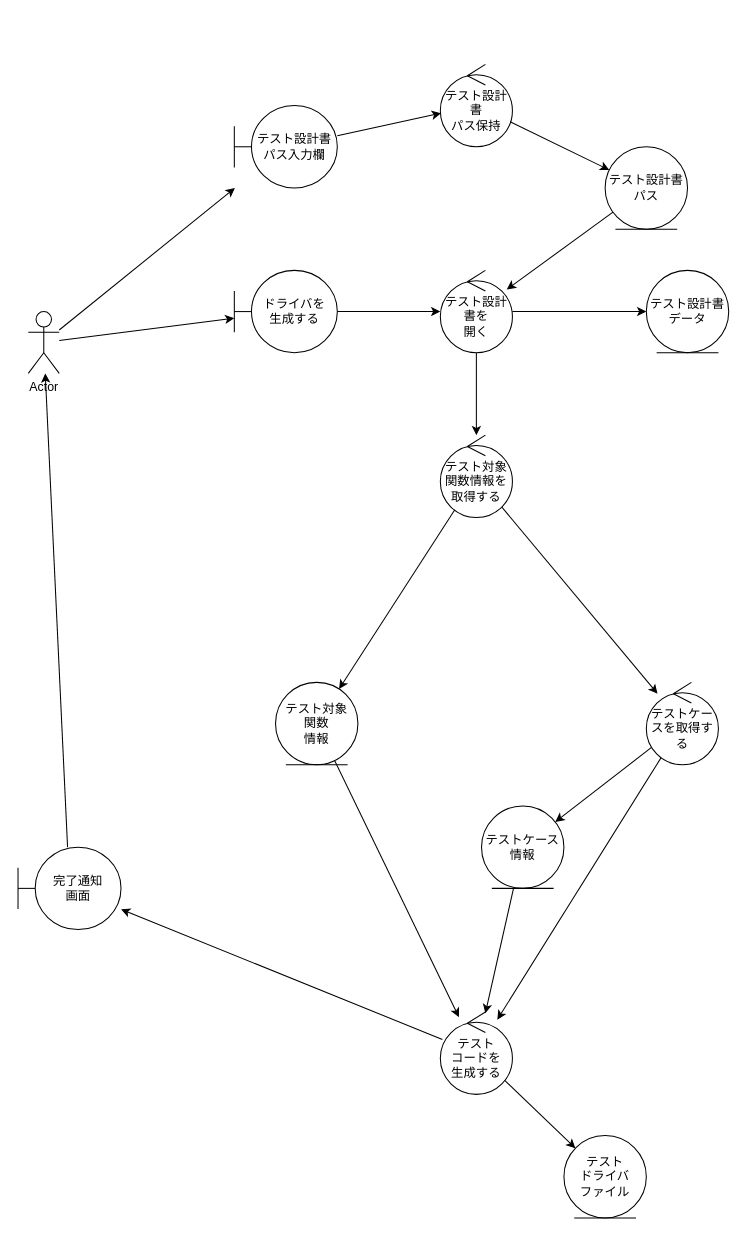
This is page "Robustness_003" (4 of 9) of AutoTestPrep/doc/design/AutoTestPrep.drawio from CountrySideEngineer/TestSupportTools, a draw.io file, before an edit. Source tidied: cells renumbered, new cells numbered last; positions are measured from the earlier drawing's top-left corner, leaving out a move shared by most shapes. Both pictures are drawn from the tidied source at 103%, with x=0, y=0 at pixel (18, 64).
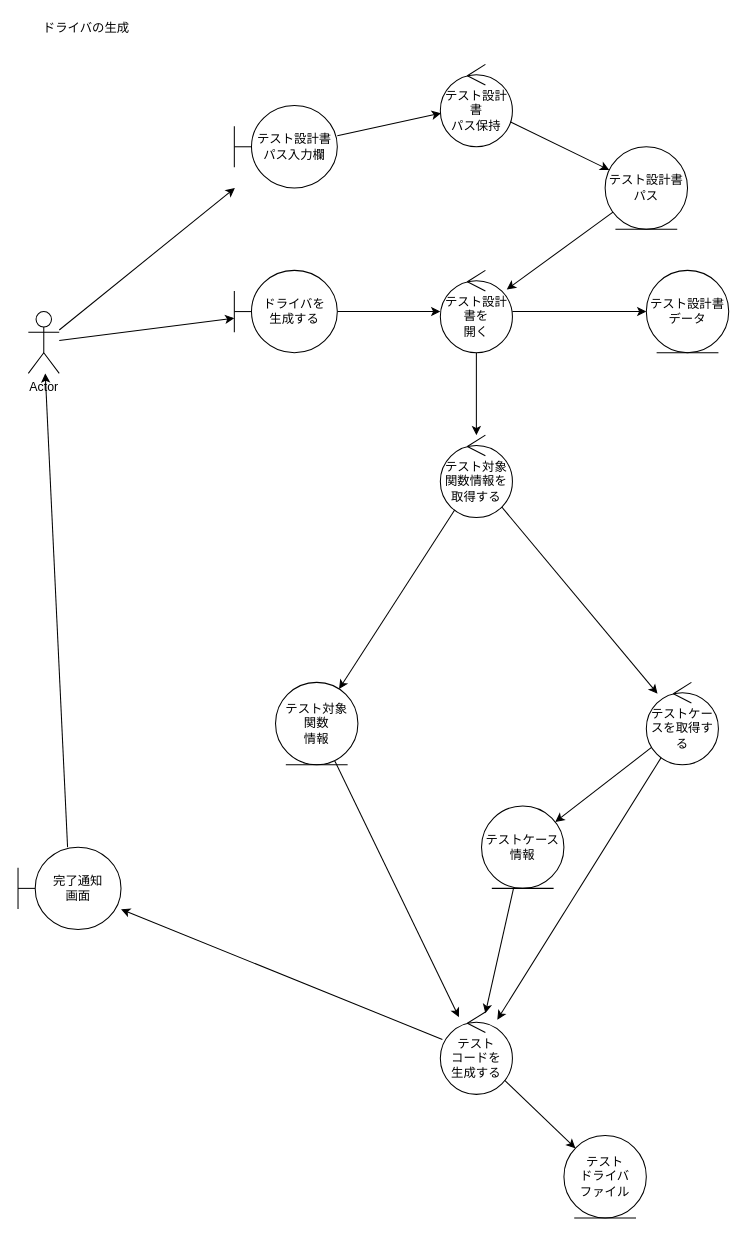
After the change.

Change to the diagram source:
```diff
@@
+    <mxCell id="34" value="ドライバの生成" style="text;html=1;align=center;verticalAlign=middle;" parent="1" vertex="1">
+      <mxGeometry x="16" y="-45" width="100" height="20" as="geometry" />
+    </mxCell>
```
